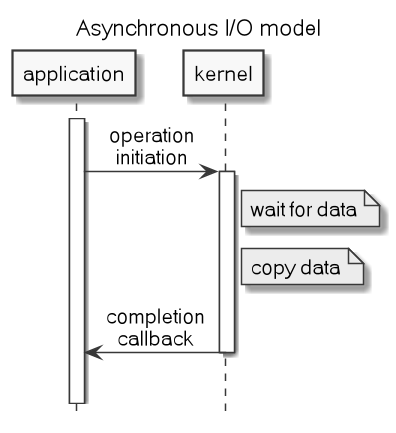
The PlantUML diagram .images/asynchronous_IO_model.png in c0p4c4b4n4/demo-sockets-io-nio-nio2, before a commit. Its diagram source:
```plantuml
@startuml
scale 1.2
title Asynchronous I/O model
hide footbox
skinparam monochrome true
skinparam defaultFontName Microsoft Sans Serif
skinparam titleFontSize 15
skinparam sequenceMessageAlign center

activate application
application->kernel: operation\ninitiation
activate kernel
Note right of kernel: wait for data
Note right of kernel: copy data
kernel->application: completion\ncallback
deactivate kernel

||25||
@enduml
```
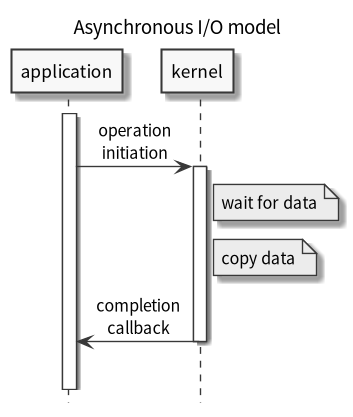
The same file after the commit.

Change to the diagram source:
```diff
@@ -1,9 +1,9 @@
 @startuml
-scale 1.2
+scale 1.1
 title Asynchronous I/O model
 hide footbox
 skinparam monochrome true
-skinparam defaultFontName Microsoft Sans Serif
+skinparam defaultFontName Source Sans Pro
 skinparam titleFontSize 15
 skinparam sequenceMessageAlign center
 
@@ -15,5 +15,5 @@
 kernel->application: completion\ncallback
 deactivate kernel
 
-||25||
+||26||
 @enduml
```
